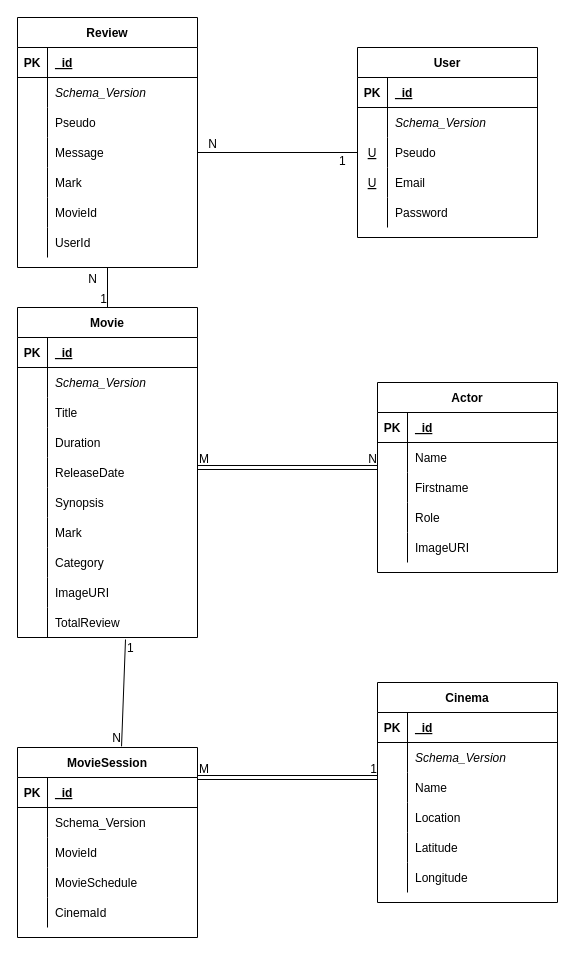
thomasMagalhaes30/AluilCine keeps this draw.io diagram as doc/MCD/AluilCineMCD.drawio. Above is the earlier version. Source tidied: cells renumbered, new cells numbered last; positions are measured from the earlier drawing's top-left corner, leaving out a move shared by most shapes. Both pictures are drawn from the tidied source at 100%, with x=0, y=0 at pixel (17, 17).
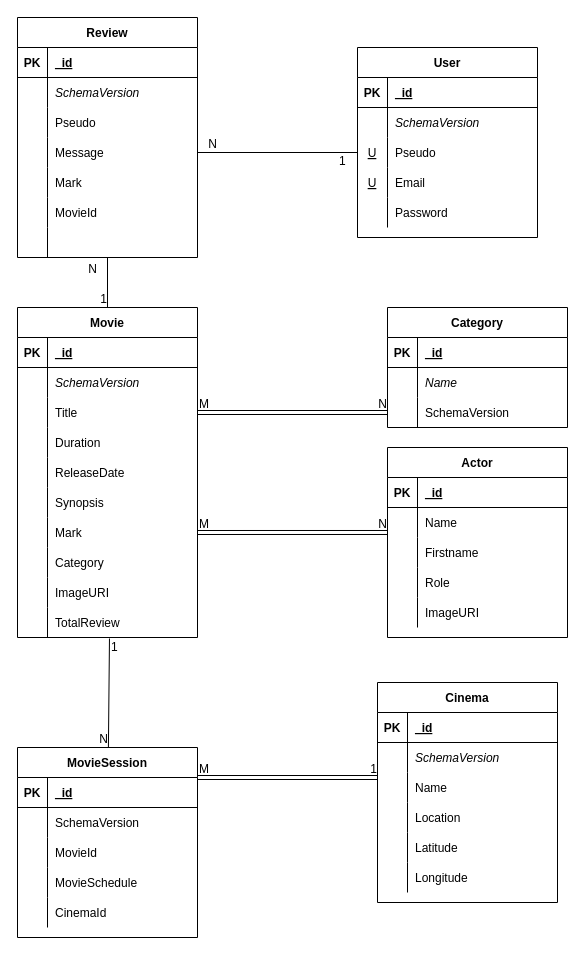
The same page after the edit.

Commit message (it also covers changes not shown here):
changement MCD

Unchanged cells that the change refers to:
```xml
<mxCell id="6" style="shape=tableRow;horizontal=0;startSize=0;swimlaneHead=0;swimlaneBody=0;fillColor=none;top=0;left=0;right=0;bottom=0;" parent="2" vertex="1">
  <mxGeometry y="60" width="180" height="30" as="geometry" />
</mxCell>
<mxCell id="9" style="shape=tableRow;horizontal=0;startSize=0;swimlaneHead=0;swimlaneBody=0;fillColor=none;points=[[0,0.5],[1,0.5]];portConstraint=eastwest;top=0;left=0;right=0;bottom=0;" parent="2" vertex="1">
  <mxGeometry y="90" width="180" height="30" as="geometry" />
</mxCell>
<mxCell id="21" style="shape=tableRow;horizontal=0;startSize=0;swimlaneHead=0;swimlaneBody=0;fillColor=none;points=[[0,0.5],[1,0.5]];portConstraint=eastwest;top=0;left=0;right=0;bottom=0;" parent="2" vertex="1">
  <mxGeometry y="210" width="180" height="30" as="geometry" />
</mxCell>
<mxCell id="30" style="shape=tableRow;horizontal=0;startSize=0;swimlaneHead=0;swimlaneBody=0;fillColor=none;points=[[0,0.5],[1,0.5]];portConstraint=eastwest;top=0;left=0;right=0;bottom=0;" parent="2" vertex="1">
  <mxGeometry y="300" width="180" height="30" as="geometry" />
</mxCell>
<mxCell id="37" style="shape=tableRow;horizontal=0;startSize=0;swimlaneHead=0;swimlaneBody=0;fillColor=none;points=[[0,0.5],[1,0.5]];portConstraint=eastwest;top=0;left=0;right=0;bottom=0;" parent="33" vertex="1">
  <mxGeometry y="60" width="180" height="30" as="geometry" />
</mxCell>
<mxCell id="56" style="shape=tableRow;horizontal=0;startSize=0;swimlaneHead=0;swimlaneBody=0;fillColor=none;top=0;left=0;right=0;bottom=0;" parent="52" vertex="1">
  <mxGeometry y="60" width="180" height="30" as="geometry" />
</mxCell>
<mxCell id="71" value="MovieSession" style="shape=table;startSize=30;childLayout=tableLayout;rowLines=0;fontStyle=1;align=center;" parent="1" vertex="1">
  <mxGeometry y="730" width="180" height="190" as="geometry" />
</mxCell>
<mxCell id="75" style="shape=tableRow;horizontal=0;startSize=0;swimlaneHead=0;swimlaneBody=0;fillColor=none;top=0;left=0;right=0;bottom=0;" parent="71" vertex="1">
  <mxGeometry y="60" width="180" height="30" as="geometry" />
</mxCell>
<mxCell id="94" style="shape=tableRow;horizontal=0;startSize=0;swimlaneHead=0;swimlaneBody=0;fillColor=none;top=0;left=0;right=0;bottom=0;" parent="90" vertex="1">
  <mxGeometry y="60" width="180" height="30" as="geometry" />
</mxCell>
<mxCell id="110" style="shape=tableRow;horizontal=0;startSize=0;swimlaneHead=0;swimlaneBody=0;fillColor=none;top=0;left=0;right=0;bottom=0;" parent="106" vertex="1">
  <mxGeometry y="60" width="180" height="30" as="geometry" />
</mxCell>
<mxCell id="125" style="shape=tableRow;horizontal=0;startSize=0;swimlaneHead=0;swimlaneBody=0;fillColor=none;top=0;left=0;right=0;bottom=0;" parent="106" vertex="1">
  <mxGeometry y="210" width="180" height="30" as="geometry" />
</mxCell>
```

Change to the diagram source:
```diff
@@
-    <mxCell id="8" value="Schema_Version" style="shape=partialRectangle;fillColor=none;top=0;left=0;bottom=0;right=0;align=left;spacingLeft=6;overflow=hidden;fontStyle=2;" parent="6" vertex="1">
+    <mxCell id="8" value="SchemaVersion" style="shape=partialRectangle;fillColor=none;top=0;left=0;bottom=0;right=0;align=left;spacingLeft=6;overflow=hidden;fontStyle=2;" parent="6" vertex="1">
       <mxGeometry x="30" width="150" height="30" as="geometry" />
     </mxCell>
@@
     <mxCell id="33" value="Actor" style="shape=table;startSize=30;childLayout=tableLayout;rowLines=0;fontStyle=1;align=center;" parent="1" vertex="1">
-      <mxGeometry x="360" y="365" width="180" height="190" as="geometry" />
+      <mxGeometry x="370" y="430" width="180" height="190" as="geometry" />
     </mxCell>
@@
-    <mxCell id="49" style="shape=link;html=1;rounded=0;entryX=0;entryY=0.833;entryDx=0;entryDy=0;entryPerimeter=0;" parent="1" edge="1" target="37">
-      <mxGeometry relative="1" as="geometry">
-        <mxPoint x="180" y="450" as="sourcePoint" />
-      </mxGeometry>
+    <mxCell id="49" style="shape=link;html=1;rounded=0;entryX=0;entryY=0.833;entryDx=0;entryDy=0;entryPerimeter=0;" parent="1" edge="1" source="21" target="37">
+      <mxGeometry relative="1" as="geometry" />
     </mxCell>
@@
-    <mxCell id="58" value="Schema_Version" style="shape=partialRectangle;fillColor=none;top=0;left=0;bottom=0;right=0;align=left;spacingLeft=6;overflow=hidden;fontStyle=2;" parent="56" vertex="1">
+    <mxCell id="58" value="SchemaVersion" style="shape=partialRectangle;fillColor=none;top=0;left=0;bottom=0;right=0;align=left;spacingLeft=6;overflow=hidden;fontStyle=2;" parent="56" vertex="1">
       <mxGeometry x="30" width="150" height="30" as="geometry" />
     </mxCell>
@@
-    <mxCell id="77" value="Schema_Version" style="shape=partialRectangle;fillColor=none;top=0;left=0;bottom=0;right=0;align=left;spacingLeft=6;overflow=hidden;" parent="75" vertex="1">
+    <mxCell id="77" value="SchemaVersion" style="shape=partialRectangle;fillColor=none;top=0;left=0;bottom=0;right=0;align=left;spacingLeft=6;overflow=hidden;" parent="75" vertex="1">
       <mxGeometry x="30" width="150" height="30" as="geometry" />
     </mxCell>
@@
-    <mxCell id="96" value="Schema_Version" style="shape=partialRectangle;fillColor=none;top=0;left=0;bottom=0;right=0;align=left;spacingLeft=6;overflow=hidden;fontStyle=2;" parent="94" vertex="1">
+    <mxCell id="96" value="SchemaVersion" style="shape=partialRectangle;fillColor=none;top=0;left=0;bottom=0;right=0;align=left;spacingLeft=6;overflow=hidden;fontStyle=2;" parent="94" vertex="1">
       <mxGeometry x="30" width="150" height="30" as="geometry" />
     </mxCell>
@@
     <mxCell id="106" value="Review" style="shape=table;startSize=30;childLayout=tableLayout;rowLines=0;fontStyle=1;align=center;" parent="1" vertex="1">
-      <mxGeometry width="180" height="250" as="geometry" />
+      <mxGeometry width="180" height="240" as="geometry" />
     </mxCell>
@@
-    <mxCell id="112" value="Schema_Version" style="shape=partialRectangle;fillColor=none;top=0;left=0;bottom=0;right=0;align=left;spacingLeft=6;overflow=hidden;fontStyle=2;" parent="110" vertex="1">
+    <mxCell id="112" value="SchemaVersion" style="shape=partialRectangle;fillColor=none;top=0;left=0;bottom=0;right=0;align=left;spacingLeft=6;overflow=hidden;fontStyle=2;" parent="110" vertex="1">
       <mxGeometry x="30" width="150" height="30" as="geometry" />
     </mxCell>
@@
-    <mxCell id="127" value="UserId" style="shape=partialRectangle;fillColor=none;top=0;left=0;bottom=0;right=0;align=left;spacingLeft=6;overflow=hidden;" parent="125" vertex="1">
+    <mxCell id="127" style="shape=partialRectangle;fillColor=none;top=0;left=0;bottom=0;right=0;align=left;spacingLeft=6;overflow=hidden;" parent="125" vertex="1">
       <mxGeometry x="30" width="150" height="30" as="geometry" />
     </mxCell>
-    <mxCell id="128" style="endArrow=none;html=1;rounded=0;exitX=0.6;exitY=1.067;exitDx=0;exitDy=0;exitPerimeter=0;entryX=0.578;entryY=-0.006;entryDx=0;entryDy=0;entryPerimeter=0;" parent="1" edge="1" source="30" target="71">
+    <mxCell id="128" style="endArrow=none;html=1;rounded=0;exitX=0.511;exitY=1.033;exitDx=0;exitDy=0;exitPerimeter=0;" parent="1" edge="1" source="30" target="71">
       <mxGeometry relative="1" as="geometry" />
     </mxCell>
@@
+    <mxCell id="138" value="Category" style="shape=table;startSize=30;childLayout=tableLayout;rowLines=0;fontStyle=1;align=center;" parent="1" vertex="1">
+      <mxGeometry x="370" y="290" width="180" height="120" as="geometry" />
+    </mxCell>
+    <mxCell id="139" style="shape=tableRow;horizontal=0;startSize=0;swimlaneHead=0;swimlaneBody=0;fillColor=none;top=0;left=0;right=0;bottom=1;" parent="138" vertex="1">
+      <mxGeometry y="30" width="180" height="30" as="geometry" />
+    </mxCell>
+    <mxCell id="140" value="PK" style="shape=partialRectangle;fillColor=none;top=0;left=0;bottom=0;right=0;fontStyle=1;overflow=hidden;" parent="139" vertex="1">
+      <mxGeometry width="30" height="30" as="geometry" />
+    </mxCell>
+    <mxCell id="141" value="_id" style="shape=partialRectangle;fillColor=none;top=0;left=0;bottom=0;right=0;align=left;spacingLeft=6;fontStyle=5;overflow=hidden;" parent="139" vertex="1">
+      <mxGeometry x="30" width="150" height="30" as="geometry" />
+    </mxCell>
+    <mxCell id="142" style="shape=tableRow;horizontal=0;startSize=0;swimlaneHead=0;swimlaneBody=0;fillColor=none;top=0;left=0;right=0;bottom=0;" parent="138" vertex="1">
+      <mxGeometry y="60" width="180" height="30" as="geometry" />
+    </mxCell>
+    <mxCell id="143" style="shape=partialRectangle;fillColor=none;top=0;left=0;bottom=0;right=0;overflow=hidden;" parent="142" vertex="1">
+      <mxGeometry width="30" height="30" as="geometry" />
+    </mxCell>
+    <mxCell id="144" value="Name" style="shape=partialRectangle;fillColor=none;top=0;left=0;bottom=0;right=0;align=left;spacingLeft=6;overflow=hidden;fontStyle=2;" parent="142" vertex="1">
+      <mxGeometry x="30" width="150" height="30" as="geometry" />
+    </mxCell>
+    <mxCell id="145" style="shape=tableRow;horizontal=0;startSize=0;swimlaneHead=0;swimlaneBody=0;fillColor=none;points=[[0,0.5],[1,0.5]];portConstraint=eastwest;top=0;left=0;right=0;bottom=0;" parent="138" vertex="1">
+      <mxGeometry y="90" width="180" height="30" as="geometry" />
+    </mxCell>
+    <mxCell id="146" style="shape=partialRectangle;fillColor=none;top=0;left=0;bottom=0;right=0;overflow=hidden;" parent="145" vertex="1">
+      <mxGeometry width="30" height="30" as="geometry" />
+    </mxCell>
+    <mxCell id="147" value="SchemaVersion" style="shape=partialRectangle;fillColor=none;top=0;left=0;bottom=0;right=0;align=left;spacingLeft=6;overflow=hidden;" parent="145" vertex="1">
+      <mxGeometry x="30" width="150" height="30" as="geometry" />
+    </mxCell>
+    <mxCell id="148" style="shape=link;html=1;rounded=0;entryX=0;entryY=0.5;entryDx=0;entryDy=0;exitX=1;exitY=0.5;exitDx=0;exitDy=0;" parent="1" edge="1" source="9" target="145">
+      <mxGeometry relative="1" as="geometry" />
+    </mxCell>
+    <mxCell id="149" value="M" style="html=1;align=left;verticalAlign=bottom;" parent="148" vertex="1">
+      <mxGeometry x="-1" relative="1" as="geometry" />
+    </mxCell>
+    <mxCell id="150" value="N" style="html=1;align=right;verticalAlign=bottom;" parent="148" vertex="1">
+      <mxGeometry x="1" relative="1" as="geometry" />
+    </mxCell>
```
